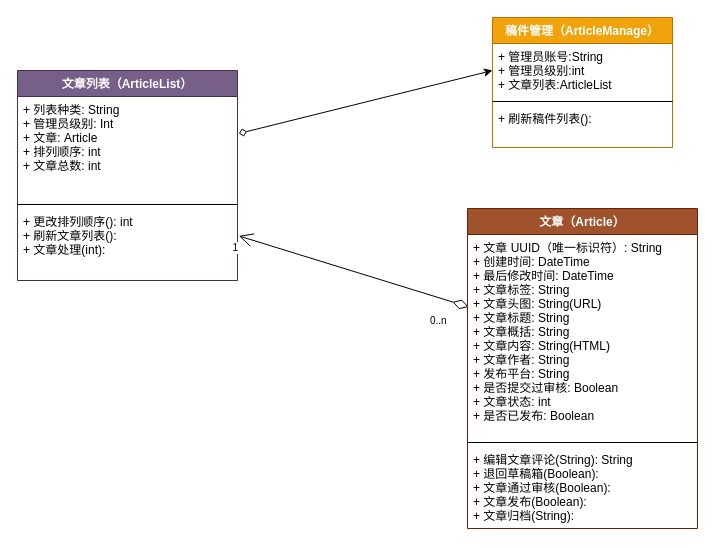
Before: 1-SoftwareRequirements/ArticleManagement/am_class.drawio in zan-press/diagram, a draw.io diagram. Source tidied: cells renumbered, new cells numbered last; positions are measured from the earlier drawing's top-left corner, leaving out a move shared by most shapes. Both pictures are drawn from the tidied source at 100%, with x=0, y=0 at pixel (17, 17).
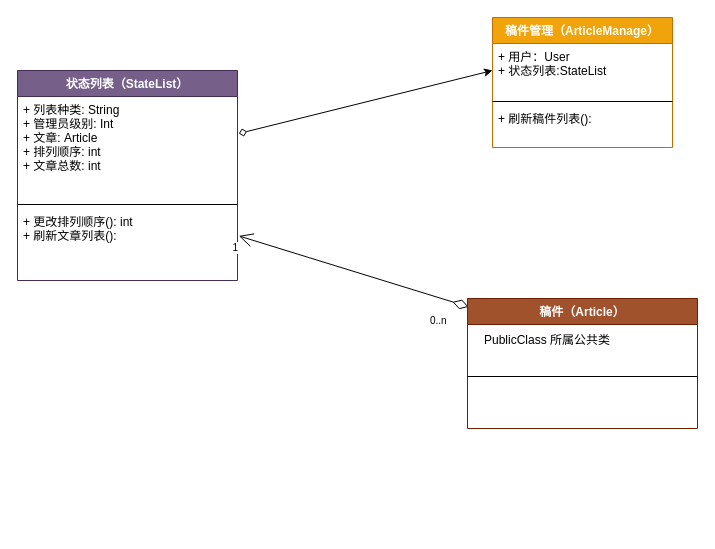
Above is the later version.

Diff of the diagram source:
```diff
@@
 <mxGraphModel>
   <root>
     <mxCell id="0" />
     <mxCell id="1" parent="0" />
     <mxCell id="2" style="rounded=0;jettySize=auto;html=1;exitX=1.006;exitY=0.356;exitDx=0;exitDy=0;entryX=0;entryY=0.5;entryDx=0;entryDy=0;startArrow=diamond;startFill=0;fontFamily=SF Mono;exitPerimeter=0;" parent="1" edge="1" source="4" target="15">
       <mxGeometry relative="1" as="geometry" />
     </mxCell>
-    <mxCell id="3" value="文章列表（ArticleList）" style="swimlane;fontStyle=1;align=center;verticalAlign=top;horizontal=1;startSize=26;fillColor=#76608a;strokeColor=#432D57;fontColor=#ffffff;fontFamily=SF Mono;" parent="1" vertex="1">
+    <mxCell id="3" value="状态列表（StateList）" style="swimlane;fontStyle=1;align=center;verticalAlign=top;horizontal=1;startSize=26;fillColor=#76608a;strokeColor=#432D57;fontColor=#ffffff;fontFamily=SF Mono;" parent="1" vertex="1">
       <mxGeometry y="53" width="220" height="210" as="geometry" />
     </mxCell>
     <mxCell id="4" value="+ 列表种类: String&#10;+ 管理员级别: Int&#10;+ 文章: Article&#10;+ 排列顺序: int&#10;+ 文章总数: int" style="text;strokeColor=none;fillColor=none;align=left;verticalAlign=top;spacingLeft=4;spacingRight=4;overflow=hidden;points=[[0,0.5],[1,0.5]];portConstraint=eastwest;spacing=2;imageAspect=1;noLabel=0;fontFamily=SF Mono;" parent="3" vertex="1">
       <mxGeometry y="26" width="220" height="104" as="geometry" />
     </mxCell>
     <mxCell id="5" style="line;strokeWidth=1;fillColor=none;align=left;verticalAlign=middle;spacingTop=-1;spacingLeft=3;spacingRight=3;labelPosition=right;fontFamily=SF Mono;" parent="3" vertex="1">
       <mxGeometry y="130" width="220" height="8" as="geometry" />
     </mxCell>
-    <mxCell id="6" value="+ 更改排列顺序(): int&#10;+ 刷新文章列表():&#10;+ 文章处理(int):" style="text;strokeColor=none;fillColor=none;align=left;verticalAlign=top;spacingLeft=4;spacingRight=4;overflow=hidden;points=[[0,0.5],[1,0.5]];portConstraint=eastwest;fontFamily=SF Mono;" parent="3" vertex="1">
+    <mxCell id="6" value="+ 更改排列顺序(): int&#10;+ 刷新文章列表():&#10;" style="text;strokeColor=none;fillColor=none;align=left;verticalAlign=top;spacingLeft=4;spacingRight=4;overflow=hidden;points=[[0,0.5],[1,0.5]];portConstraint=eastwest;fontFamily=SF Mono;" parent="3" vertex="1">
       <mxGeometry y="138" width="220" height="72" as="geometry" />
     </mxCell>
-    <mxCell id="7" style="endArrow=open;html=1;endSize=12;startArrow=diamondThin;startSize=14;startFill=0;entryX=1.006;entryY=0.381;entryDx=0;entryDy=0;exitX=0.005;exitY=0.355;exitDx=0;exitDy=0;exitPerimeter=0;fontFamily=SF Mono;entryPerimeter=0;" parent="1" edge="1" source="11" target="6">
-      <mxGeometry relative="1" as="geometry" />
+    <mxCell id="7" style="endArrow=open;html=1;endSize=12;startArrow=diamondThin;startSize=14;startFill=0;entryX=1.006;entryY=0.381;entryDx=0;entryDy=0;exitX=0.005;exitY=0.355;exitDx=0;exitDy=0;exitPerimeter=0;fontFamily=SF Mono;entryPerimeter=0;" parent="1" edge="1" target="6">
+      <mxGeometry relative="1" as="geometry">
+        <mxPoint x="451.2" y="289.4" as="sourcePoint" />
+      </mxGeometry>
     </mxCell>
     <mxCell id="8" value="0..n" style="html=1;align=left;verticalAlign=top;labelBackgroundColor=#ffffff;fontSize=10;fontFamily=SF Mono;" parent="7" vertex="1">
       <mxGeometry x="-1" relative="1" as="geometry">
         <mxPoint x="-40" y="2" as="offset" />
       </mxGeometry>
     </mxCell>
     <mxCell id="9" value="1" style="html=1;align=right;verticalAlign=top;labelBackgroundColor=#ffffff;fontSize=10;fontFamily=SF Mono;" parent="7" vertex="1">
       <mxGeometry x="1" relative="1" as="geometry" />
     </mxCell>
-    <mxCell id="10" value="文章（Article）&#10;" style="swimlane;fontStyle=1;align=center;verticalAlign=top;horizontal=1;startSize=26;fillColor=#a0522d;strokeColor=#6D1F00;fontColor=#ffffff;fontFamily=SF Mono;" parent="1" vertex="1">
-      <mxGeometry x="450" y="191" width="230" height="320" as="geometry" />
+    <mxCell id="10" value="稿件（Article）&#10;" style="swimlane;fontStyle=1;align=center;verticalAlign=top;horizontal=1;startSize=26;fillColor=#a0522d;strokeColor=#6D1F00;fontColor=#ffffff;fontFamily=SF Mono;" parent="1" vertex="1">
+      <mxGeometry x="450" y="281" width="230" height="130" as="geometry" />
     </mxCell>
-    <mxCell id="11" value="+ 文章 UUID（唯一标识符）: String&#10;+ 创建时间: DateTime&#10;+ 最后修改时间: DateTime&#10;+ 文章标签: String&#10;+ 文章头图: String(URL)&#10;+ 文章标题: String&#10;+ 文章概括: String&#10;+ 文章内容: String(HTML)&#10;+ 文章作者: String&#10;+ 发布平台: String&#10;+ 是否提交过审核: Boolean&#10;+ 文章状态: int&#10;+ 是否已发布: Boolean&#10;" style="text;strokeColor=none;fillColor=none;align=left;verticalAlign=top;spacingLeft=4;spacingRight=4;overflow=hidden;points=[[0,0.5],[1,0.5]];portConstraint=eastwest;spacing=2;imageAspect=1;noLabel=0;fontFamily=SF Mono;" parent="10" vertex="1">
-      <mxGeometry y="26" width="230" height="204" as="geometry" />
-    </mxCell>
     <mxCell id="12" style="line;strokeWidth=1;fillColor=none;align=left;verticalAlign=middle;spacingTop=-1;spacingLeft=3;spacingRight=3;labelPosition=right;fontFamily=SF Mono;" parent="10" vertex="1">
-      <mxGeometry y="230" width="230" height="8" as="geometry" />
+      <mxGeometry y="26" width="230" height="104" as="geometry" />
     </mxCell>
-    <mxCell id="13" value="+ 编辑文章评论(String): String&#10;+ 退回草稿箱(Boolean): &#10;+ 文章通过审核(Boolean):&#10;+ 文章发布(Boolean):&#10;+ 文章归档(String):&#10;" style="text;strokeColor=none;fillColor=none;align=left;verticalAlign=top;spacingLeft=4;spacingRight=4;overflow=hidden;fontFamily=SF Mono;" parent="10" vertex="1">
-      <mxGeometry y="238" width="230" height="82" as="geometry" />
-    </mxCell>
     <mxCell id="14" value="稿件管理（ArticleManage）" style="swimlane;fontStyle=1;align=center;verticalAlign=top;horizontal=1;startSize=26;fillColor=#f0a30a;strokeColor=#BD7000;fontFamily=SF Mono;fontColor=#ffffff;" parent="1" vertex="1">
       <mxGeometry x="475" width="180" height="130" as="geometry" />
     </mxCell>
-    <mxCell id="15" value="+ 管理员账号:String&#10;+ 管理员级别:int&#10;+ 文章列表:ArticleList" style="text;strokeColor=none;fillColor=none;align=left;verticalAlign=top;spacingLeft=4;spacingRight=4;overflow=hidden;points=[[0,0.5],[1,0.5]];portConstraint=eastwest;fontFamily=SF Mono;" parent="14" vertex="1">
+    <mxCell id="15" value="+ 用户：User&#10;+ 状态列表:StateList" style="text;strokeColor=none;fillColor=none;align=left;verticalAlign=top;spacingLeft=4;spacingRight=4;overflow=hidden;points=[[0,0.5],[1,0.5]];portConstraint=eastwest;fontFamily=SF Mono;" parent="14" vertex="1">
       <mxGeometry y="26" width="180" height="54" as="geometry" />
     </mxCell>
     <mxCell id="16" style="line;strokeWidth=1;fillColor=none;align=left;verticalAlign=middle;spacingTop=-1;spacingLeft=3;spacingRight=3;labelPosition=right;fontFamily=SF Mono;" parent="14" vertex="1">
       <mxGeometry y="80" width="180" height="8" as="geometry" />
     </mxCell>
     <mxCell id="17" value="+ 刷新稿件列表():" style="text;strokeColor=none;fillColor=none;align=left;verticalAlign=top;spacingLeft=4;spacingRight=4;overflow=hidden;fontFamily=SF Mono;" parent="14" vertex="1">
       <mxGeometry y="88" width="180" height="42" as="geometry" />
     </mxCell>
+    <mxCell id="18" value="PublicClass 所属公共类" style="text;html=1;align=left;verticalAlign=top;spacingTop=-4;" parent="1" vertex="1">
+      <mxGeometry x="465" y="313" width="140" height="20" as="geometry" />
+    </mxCell>
   </root>
 </mxGraphModel>
```
